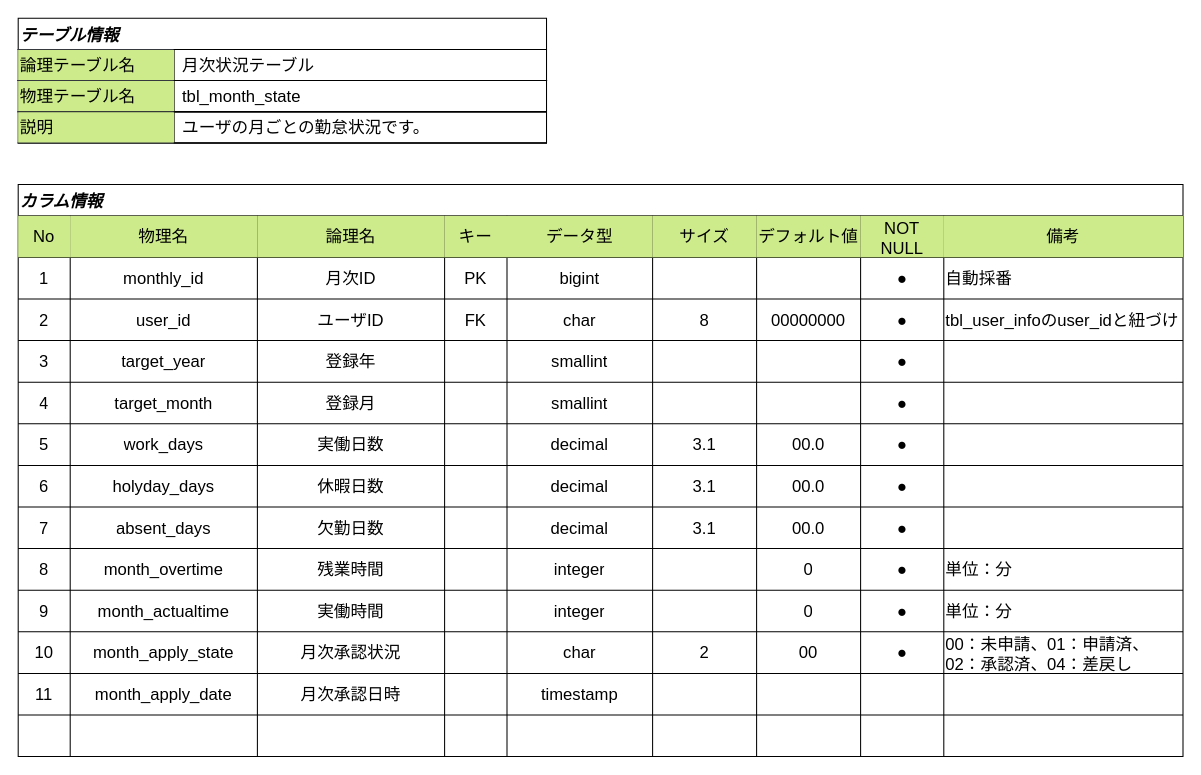
youkobaske/agentSupport-attendanceSystem keeps this draw.io diagram as docs/database/tbl_month_state.drawio. Above is the earlier version. Source tidied: cells renumbered, new cells numbered last; positions are measured from the earlier drawing's top-left corner, leaving out a move shared by most shapes. Both pictures are drawn from the tidied source at 104%, with x=0, y=0 at pixel (18, 18).
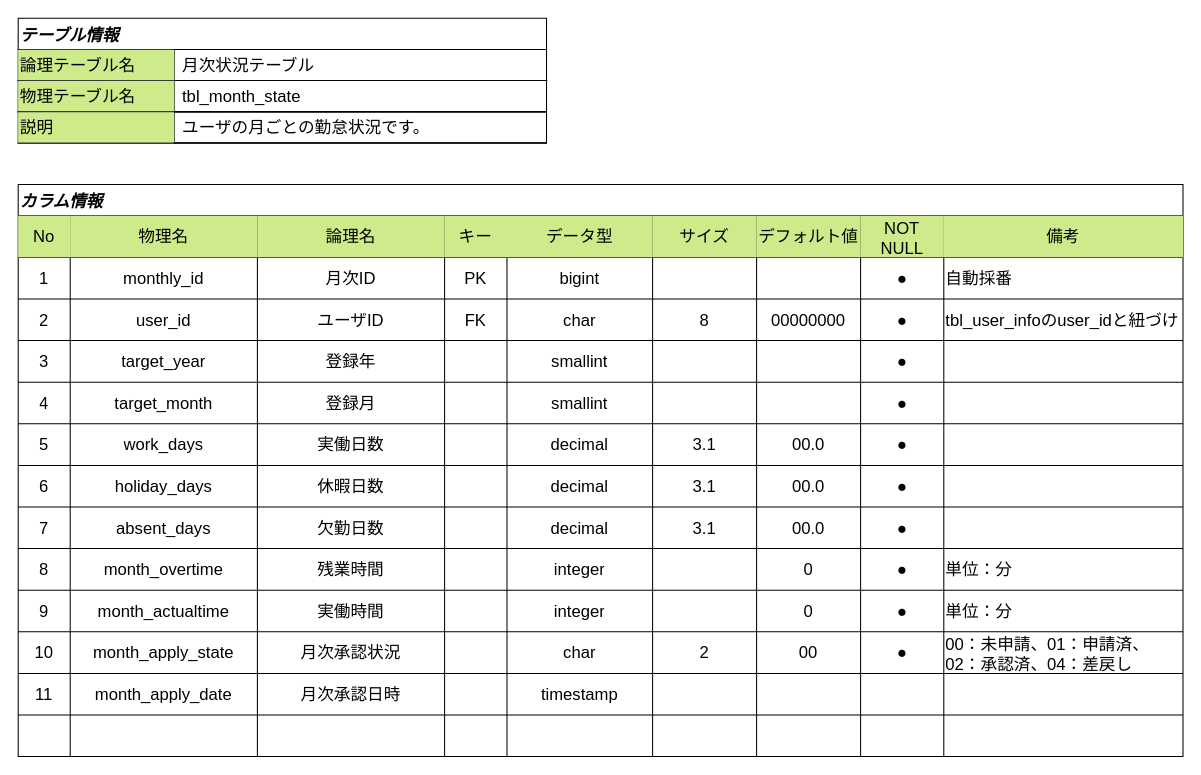
The same page after the edit.

Commit message (it also covers changes not shown here):
誤字を修正

The change refers to these unchanged cells:
```xml
<mxCell id="73" style="shape=tableRow;horizontal=0;startSize=0;swimlaneHead=0;swimlaneBody=0;strokeColor=inherit;top=0;left=0;bottom=0;right=0;fillColor=none;fontSize=16;" parent="12" vertex="1">
  <mxGeometry y="270" width="1120" height="40" as="geometry" />
</mxCell>
```

Change to the diagram source:
```diff
@@
-    <mxCell id="75" value="holyday_days" style="shape=partialRectangle;html=1;whiteSpace=wrap;strokeColor=inherit;overflow=hidden;fillColor=none;top=0;left=0;bottom=0;right=0;fontSize=16;" parent="73" vertex="1">
+    <mxCell id="75" value="holiday_days" style="shape=partialRectangle;html=1;whiteSpace=wrap;strokeColor=inherit;overflow=hidden;fillColor=none;top=0;left=0;bottom=0;right=0;fontSize=16;" parent="73" vertex="1">
       <mxGeometry x="50" width="180" height="40" as="geometry" />
     </mxCell>
```
